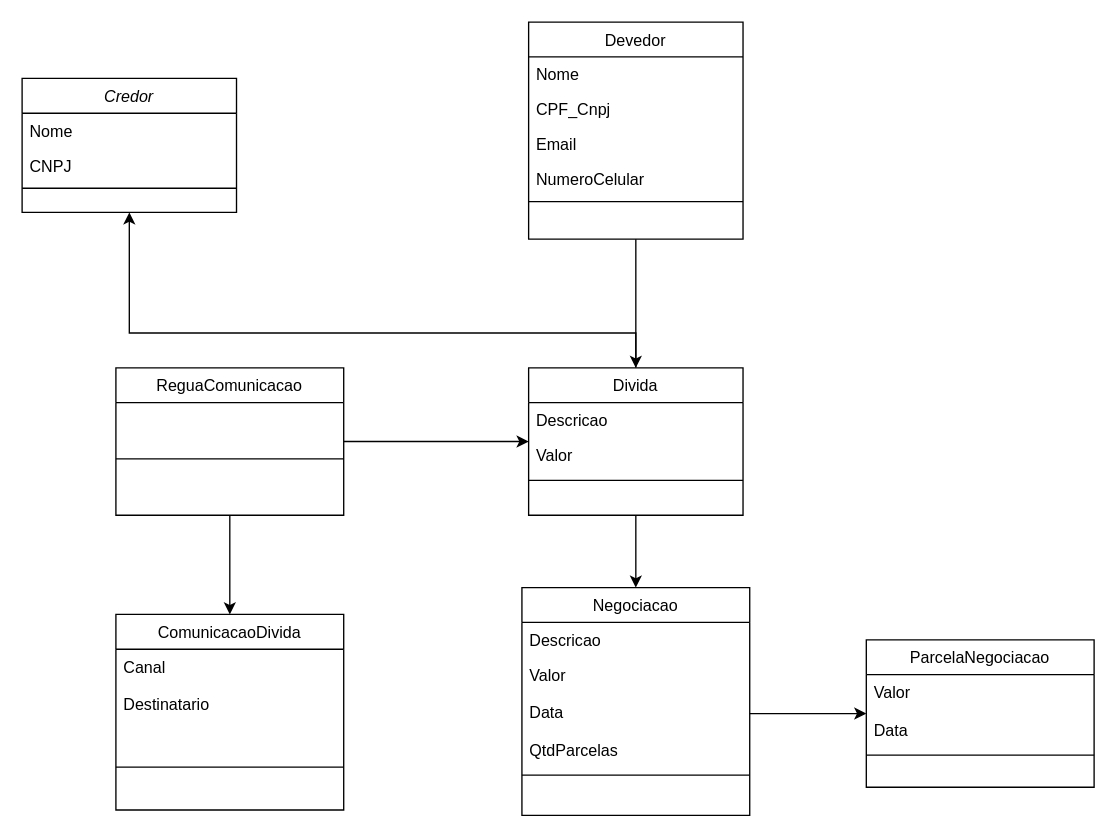
Before: Estimativa Cobranca.drawio in caio-bueno/draws-valid, a draw.io diagram. Source tidied: cells renumbered, new cells numbered last; positions are measured from the earlier drawing's top-left corner, leaving out a move shared by most shapes. Both pictures are drawn from the tidied source at 134%, with x=0, y=0 at pixel (21, 21).
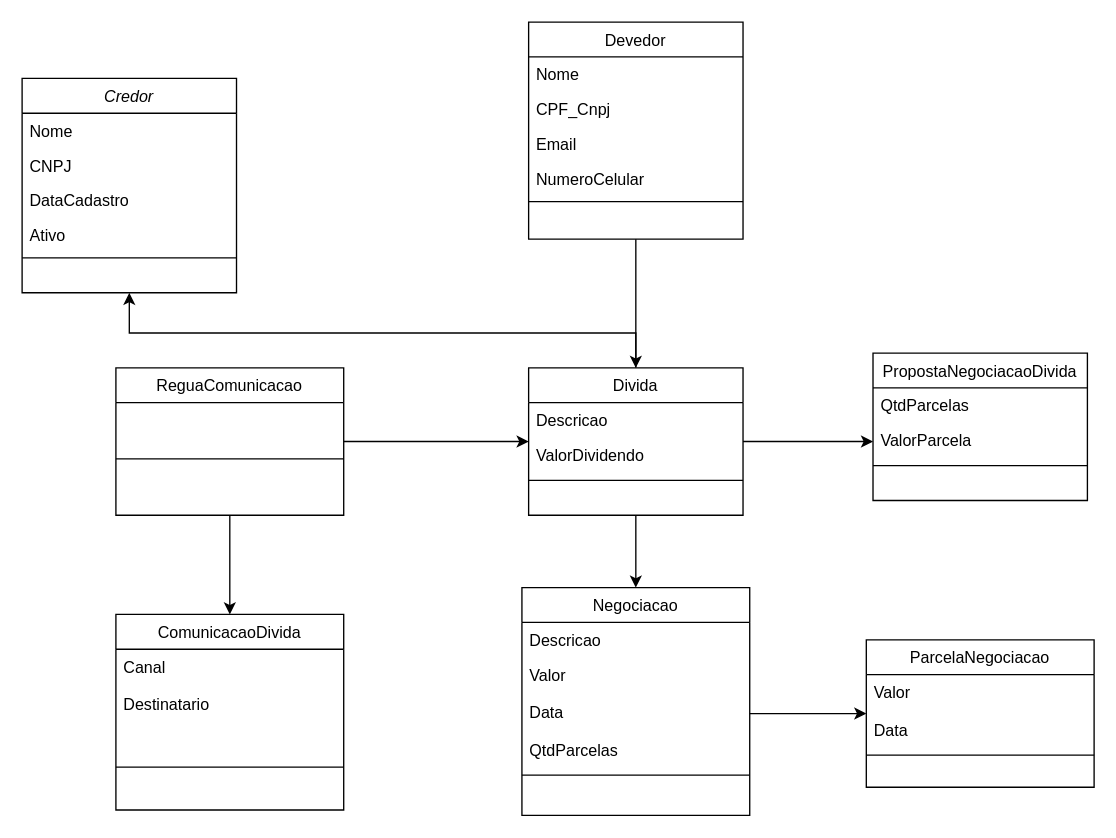
Above is the later version.

Unchanged cells that the change refers to:
```xml
<mxCell id="8" value="Divida" style="swimlane;fontStyle=0;align=center;verticalAlign=top;horizontal=1;startSize=26;rounded=0;shadow=0;strokeWidth=1;" parent="1" vertex="1">
  <mxGeometry x="378" y="258" width="160" height="110" as="geometry" />
</mxCell>
```

What changed in the source:
```diff
@@
     <mxCell id="2" value="Credor" style="swimlane;fontStyle=2;align=center;verticalAlign=top;horizontal=1;startSize=26;rounded=0;shadow=0;strokeWidth=1;" parent="1" vertex="1">
-      <mxGeometry y="42" width="160" height="100" as="geometry" />
+      <mxGeometry y="42" width="160" height="160" as="geometry" />
     </mxCell>
@@
+    <mxCell id="38" value="DataCadastro" style="text;align=left;verticalAlign=top;spacingLeft=4;spacingRight=4;overflow=hidden;rounded=0;shadow=0;html=0;" parent="2" vertex="1">
+      <mxGeometry y="78" width="160" height="26" as="geometry" />
+    </mxCell>
+    <mxCell id="39" value="Ativo" style="text;align=left;verticalAlign=top;spacingLeft=4;spacingRight=4;overflow=hidden;rounded=0;shadow=0;html=0;" parent="2" vertex="1">
+      <mxGeometry y="104" width="160" height="26" as="geometry" />
+    </mxCell>
     <mxCell id="5" style="line;html=1;strokeWidth=1;align=left;verticalAlign=middle;spacingTop=-1;spacingLeft=3;spacingRight=3;labelPosition=right;" parent="2" vertex="1">
-      <mxGeometry y="78" width="160" height="8" as="geometry" />
+      <mxGeometry y="130" width="160" height="8" as="geometry" />
     </mxCell>
@@
+    <mxCell id="40" style="edgeStyle=orthogonalEdgeStyle;rounded=0;jettySize=auto;html=1;" parent="1" edge="1" source="8" target="43">
+      <mxGeometry relative="1" as="geometry" />
+    </mxCell>
@@
-    <mxCell id="10" value="Valor" style="text;align=left;verticalAlign=top;spacingLeft=4;spacingRight=4;overflow=hidden;" parent="8" vertex="1">
+    <mxCell id="10" value="ValorDividendo" style="text;align=left;verticalAlign=top;spacingLeft=4;spacingRight=4;overflow=hidden;" parent="8" vertex="1">
       <mxGeometry y="52" width="160" height="28" as="geometry" />
     </mxCell>
@@
+    <mxCell id="41" value="PropostaNegociacaoDivida" style="swimlane;fontStyle=0;align=center;verticalAlign=top;horizontal=1;startSize=26;rounded=0;shadow=0;strokeWidth=1;" parent="1" vertex="1">
+      <mxGeometry x="635" y="247" width="160" height="110" as="geometry" />
+    </mxCell>
+    <mxCell id="42" value="QtdParcelas" style="text;align=left;verticalAlign=top;spacingLeft=4;spacingRight=4;overflow=hidden;rounded=0;shadow=0;html=0;" parent="41" vertex="1">
+      <mxGeometry y="26" width="160" height="26" as="geometry" />
+    </mxCell>
+    <mxCell id="43" value="ValorParcela" style="text;align=left;verticalAlign=top;spacingLeft=4;spacingRight=4;overflow=hidden;points=[[0,0.5],[1,0.5]];portConstraint=eastwest;" parent="41" vertex="1">
+      <mxGeometry y="52" width="160" height="28" as="geometry" />
+    </mxCell>
+    <mxCell id="44" style="line;html=1;strokeWidth=1;align=left;verticalAlign=middle;spacingTop=-1;spacingLeft=3;spacingRight=3;labelPosition=right;" parent="41" vertex="1">
+      <mxGeometry y="80" width="160" height="8" as="geometry" />
+    </mxCell>
```
